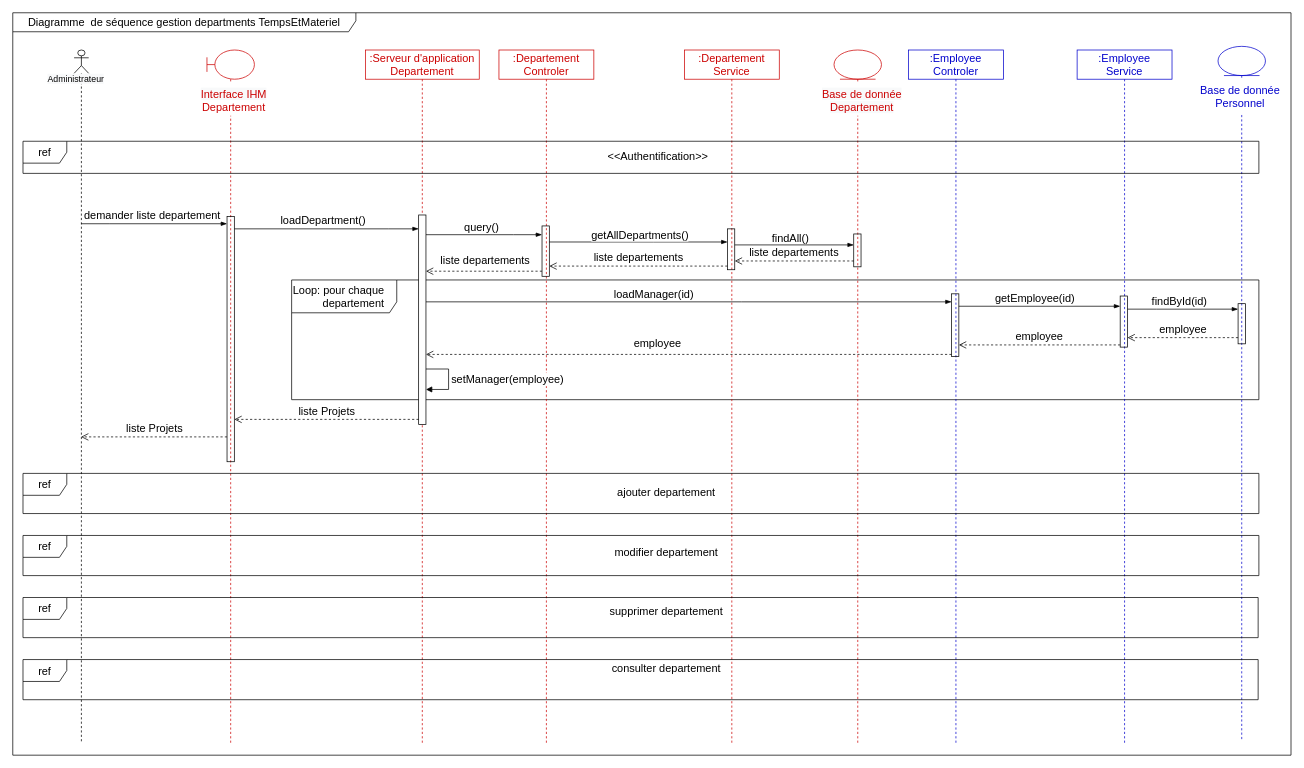
Above: Department/DepartmentListDiagrammeSequence.drawio in ZidiMedAmine/UML (draw.io), before the change. Source tidied: cells renumbered, new cells numbered last; positions are measured from the earlier drawing's top-left corner, leaving out a move shared by most shapes. Both pictures are drawn from the tidied source at 73%, with x=0, y=0 at pixel (12, 12).
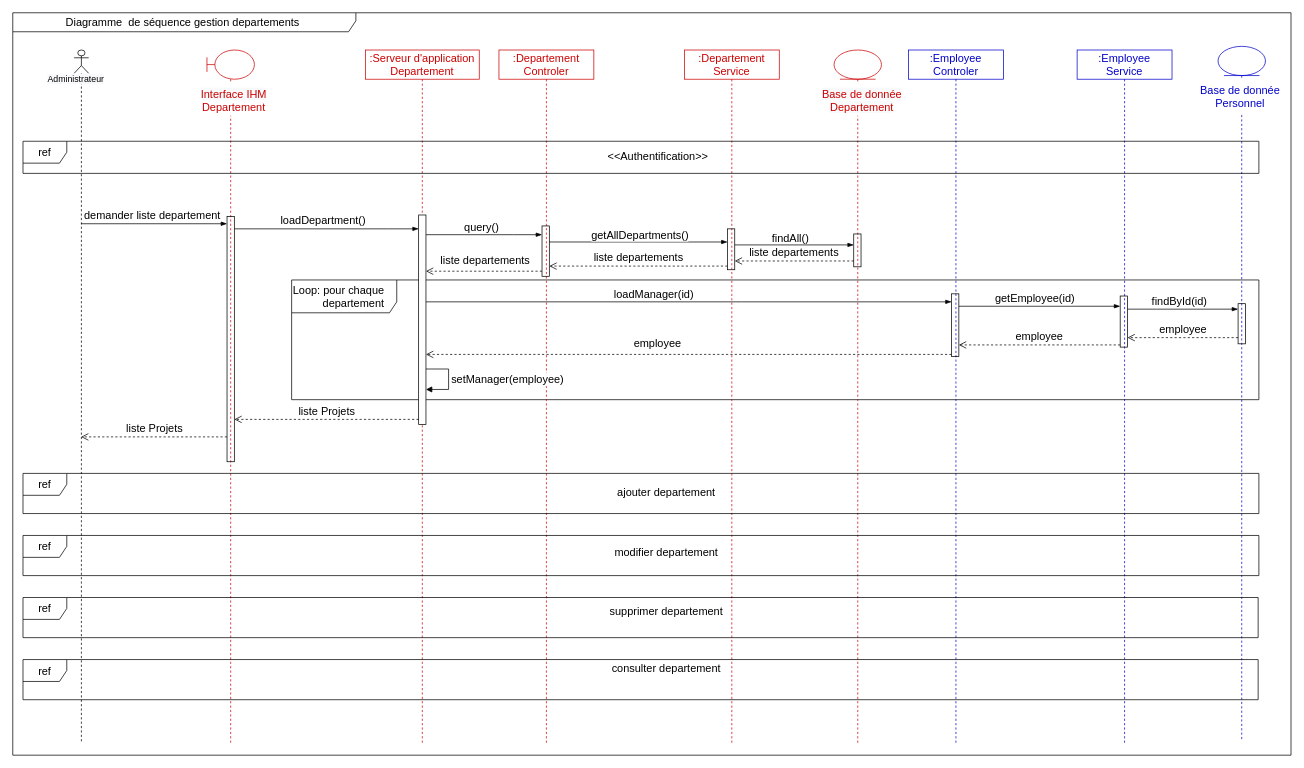
Above is the later version.

Commit message:
Mettre à jour DepartmentListDiagrammeSequence.drawio

Change to the diagram source:
```diff
@@
-    <mxCell id="2" value="Diagramme&amp;nbsp; de séquence gestion departments TempsEtMateriel" style="shape=umlFrame;whiteSpace=wrap;html=1;rounded=0;shadow=0;glass=0;sketch=0;fontSize=15;fillColor=none;width=470;height=26;" parent="1" vertex="1">
+    <mxCell id="2" value="Diagramme&amp;nbsp; de séquence gestion departements&amp;nbsp;" style="shape=umlFrame;whiteSpace=wrap;html=1;rounded=0;shadow=0;glass=0;sketch=0;fontSize=15;fillColor=none;width=470;height=26;" parent="1" vertex="1">
       <mxGeometry width="1751" height="1017" as="geometry" />
     </mxCell>
```
